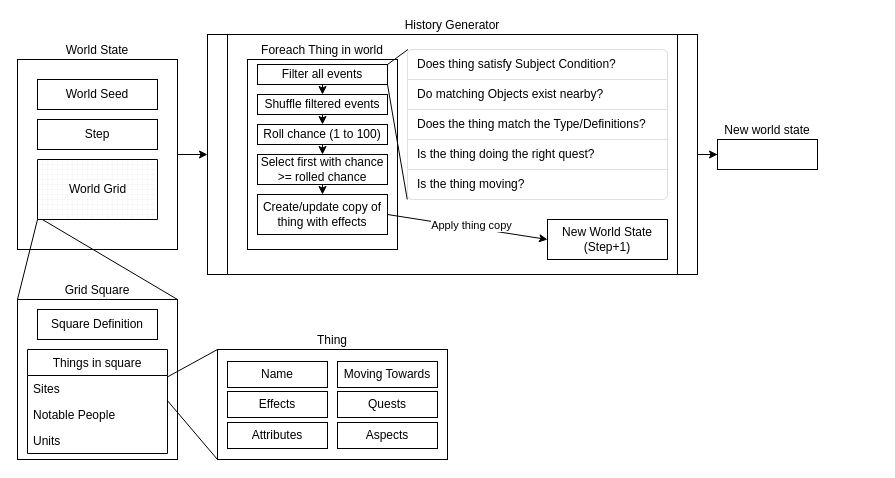
AditGame/LegendsGenerator keeps this draw.io diagram as Docs/Overview.drawio. Above is the earlier version. Source tidied: cells renumbered, new cells numbered last; positions are measured from the earlier drawing's top-left corner, leaving out a move shared by most shapes. Both pictures are drawn from the tidied source at 100%, with x=0, y=0 at pixel (17, 34).
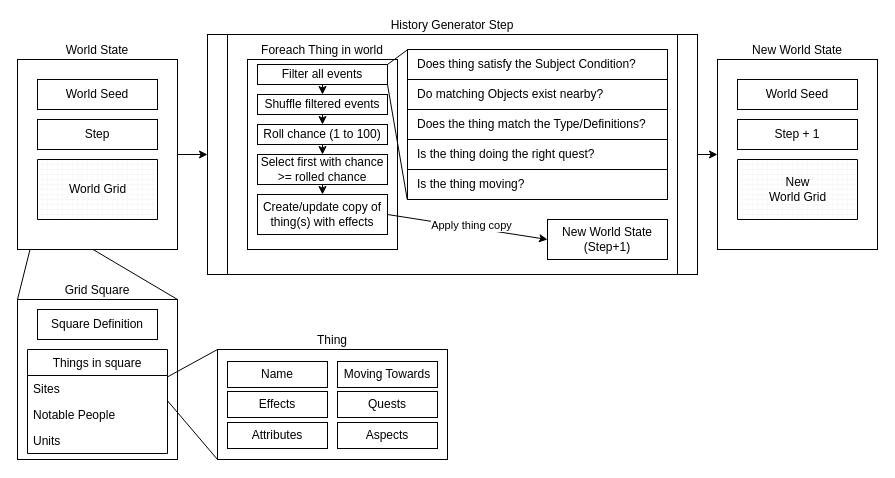
The same diagram, later.

Unchanged cells that the change refers to:
```xml
<mxCell id="24" style="group;labelPosition=center;verticalLabelPosition=top;align=center;verticalAlign=bottom;" parent="1" vertex="1">
  <mxGeometry x="230" y="25" width="150" height="190" as="geometry" />
</mxCell>
```

The edit, as a diff of the source:
```diff
@@
-    <mxCell id="2" style="edgeStyle=orthogonalEdgeStyle;rounded=0;jettySize=auto;html=1;" parent="1" edge="1" source="3" target="45">
-      <mxGeometry relative="1" as="geometry" />
+    <mxCell id="2" style="edgeStyle=orthogonalEdgeStyle;rounded=0;jettySize=auto;html=1;" parent="1" edge="1" source="3">
+      <mxGeometry relative="1" as="geometry">
+        <mxPoint x="700" y="120" as="targetPoint" />
+      </mxGeometry>
     </mxCell>
-    <mxCell id="3" value="History Generator" style="shape=process;whiteSpace=wrap;html=1;backgroundOutline=1;labelPosition=center;verticalLabelPosition=top;align=center;verticalAlign=bottom;size=0.041666666666666664;" parent="1" vertex="1">
+    <mxCell id="3" value="&lt;div&gt;History Generator Step&lt;/div&gt;" style="shape=process;whiteSpace=wrap;html=1;backgroundOutline=1;labelPosition=center;verticalLabelPosition=top;align=center;verticalAlign=bottom;size=0.041666666666666664;" parent="1" vertex="1">
       <mxGeometry x="190" width="490" height="240" as="geometry" />
     </mxCell>
-    <mxCell id="4" value="World State" style="rounded=0;whiteSpace=wrap;html=1;labelPosition=center;verticalLabelPosition=top;align=center;verticalAlign=bottom;" parent="1" vertex="1">
-      <mxGeometry y="25" width="160" height="190" as="geometry" />
-    </mxCell>
-    <mxCell id="5" value="&lt;div&gt;&lt;span style=&quot;background-color: rgb(255 , 255 , 255)&quot;&gt;World Grid&lt;/span&gt;&lt;/div&gt;" style="verticalLabelPosition=middle;verticalAlign=middle;html=1;shape=mxgraph.basic.patternFillRect;fillStyle=grid;step=5;fillStrokeWidth=0.2;fillStrokeColor=#dddddd;labelPosition=center;align=center;" parent="1" vertex="1">
-      <mxGeometry x="20" y="125" width="120" height="60" as="geometry" />
-    </mxCell>
-    <mxCell id="6" value="World Seed" style="rounded=0;whiteSpace=wrap;html=1;" parent="1" vertex="1">
-      <mxGeometry x="20" y="45" width="120" height="30" as="geometry" />
-    </mxCell>
-    <mxCell id="7" value="Step" style="rounded=0;whiteSpace=wrap;html=1;" parent="1" vertex="1">
-      <mxGeometry x="20" y="85" width="120" height="30" as="geometry" />
-    </mxCell>
@@
-    <mxCell id="30" value="Create/update copy of thing with effects" style="rounded=0;whiteSpace=wrap;html=1;" parent="24" vertex="1">
+    <mxCell id="30" value="Create/update copy of thing(s) with effects" style="rounded=0;whiteSpace=wrap;html=1;" parent="24" vertex="1">
       <mxGeometry x="10" y="135" width="130" height="40" as="geometry" />
     </mxCell>
@@
-    <mxCell id="35" style="html=1;shadow=0;dashed=0;shape=mxgraph.bootstrap.rrect;rSize=5;strokeColor=#DFDFDF;html=1;whiteSpace=wrap;fillColor=#FFFFFF;fontColor=#000000;" parent="1" vertex="1">
+    <mxCell id="35" style="html=1;shadow=0;dashed=0;shape=mxgraph.bootstrap.rrect;rSize=0;html=1;whiteSpace=wrap;fillColor=#FFFFFF;fontColor=#000000;strokeWidth=1;perimeterSpacing=1;fillOpacity=100;" parent="1" vertex="1">
       <mxGeometry x="390" y="15" width="260" height="150" as="geometry" />
     </mxCell>
-    <mxCell id="36" value="Does thing satisfy Subject Condition?" style="strokeColor=inherit;fillColor=inherit;gradientColor=inherit;fontColor=inherit;html=1;shadow=0;dashed=0;shape=mxgraph.bootstrap.topButton;rSize=5;perimeter=none;whiteSpace=wrap;align=left;spacing=10;" parent="35" vertex="1">
+    <mxCell id="36" value="Does thing satisfy the Subject Condition?" style="strokeColor=inherit;fillColor=inherit;gradientColor=inherit;fontColor=inherit;html=1;shadow=0;dashed=0;shape=mxgraph.bootstrap.topButton;rSize=0;perimeter=none;whiteSpace=wrap;align=left;spacing=10;" parent="35" vertex="1">
       <mxGeometry width="260" height="30" relative="1" as="geometry" />
     </mxCell>
@@
-    <mxCell id="40" value="Is the thing moving?" style="strokeColor=inherit;fillColor=inherit;gradientColor=inherit;fontColor=inherit;html=1;shadow=0;dashed=0;shape=mxgraph.bootstrap.bottomButton;rSize=5;perimeter=none;whiteSpace=wrap;align=left;spacing=10;" parent="35" vertex="1">
+    <mxCell id="40" value="Is the thing moving?" style="strokeColor=inherit;fillColor=inherit;gradientColor=inherit;fontColor=inherit;html=1;shadow=0;dashed=0;shape=mxgraph.bootstrap.bottomButton;rSize=0;perimeter=none;whiteSpace=wrap;align=left;spacing=10;" parent="35" vertex="1">
       <mxGeometry y="1" width="260" height="30" relative="1" as="geometry">
         <mxPoint y="-30" as="offset" />
       </mxGeometry>
     </mxCell>
@@
-    <mxCell id="45" value="New world state" style="rounded=0;whiteSpace=wrap;html=1;labelPosition=center;verticalLabelPosition=top;align=center;verticalAlign=bottom;" parent="1" vertex="1">
-      <mxGeometry x="700" y="105" width="100" height="30" as="geometry" />
-    </mxCell>
@@
+    <mxCell id="49" style="group;" parent="1" vertex="1">
+      <mxGeometry y="25" width="160" height="190" as="geometry" />
+    </mxCell>
+    <mxCell id="4" value="World State" style="rounded=0;whiteSpace=wrap;html=1;labelPosition=center;verticalLabelPosition=top;align=center;verticalAlign=bottom;" parent="49" vertex="1">
+      <mxGeometry width="160" height="190" as="geometry" />
+    </mxCell>
+    <mxCell id="5" value="&lt;div&gt;&lt;span style=&quot;background-color: rgb(255 , 255 , 255)&quot;&gt;World Grid&lt;/span&gt;&lt;/div&gt;" style="verticalLabelPosition=middle;verticalAlign=middle;html=1;shape=mxgraph.basic.patternFillRect;fillStyle=grid;step=5;fillStrokeWidth=0.2;fillStrokeColor=#dddddd;labelPosition=center;align=center;" parent="49" vertex="1">
+      <mxGeometry x="20" y="100" width="120" height="60" as="geometry" />
+    </mxCell>
+    <mxCell id="6" value="World Seed" style="rounded=0;whiteSpace=wrap;html=1;" parent="49" vertex="1">
+      <mxGeometry x="20" y="20" width="120" height="30" as="geometry" />
+    </mxCell>
+    <mxCell id="7" value="Step" style="rounded=0;whiteSpace=wrap;html=1;" parent="49" vertex="1">
+      <mxGeometry x="20" y="60" width="120" height="30" as="geometry" />
+    </mxCell>
+    <mxCell id="50" style="group;" parent="1" vertex="1">
+      <mxGeometry x="700" y="25" width="160" height="190" as="geometry" />
+    </mxCell>
+    <mxCell id="51" value="&lt;div&gt;New World State&lt;/div&gt;" style="rounded=0;whiteSpace=wrap;html=1;labelPosition=center;verticalLabelPosition=top;align=center;verticalAlign=bottom;" parent="50" vertex="1">
+      <mxGeometry width="160" height="190" as="geometry" />
+    </mxCell>
+    <mxCell id="52" value="New&lt;br&gt;&lt;div&gt;&lt;span style=&quot;background-color: rgb(255 , 255 , 255)&quot;&gt;World Grid&lt;/span&gt;&lt;/div&gt;" style="verticalLabelPosition=middle;verticalAlign=middle;html=1;shape=mxgraph.basic.patternFillRect;fillStyle=grid;step=5;fillStrokeWidth=0.2;fillStrokeColor=#dddddd;labelPosition=center;align=center;" parent="50" vertex="1">
+      <mxGeometry x="20" y="100" width="120" height="60" as="geometry" />
+    </mxCell>
+    <mxCell id="53" value="World Seed" style="rounded=0;whiteSpace=wrap;html=1;" parent="50" vertex="1">
+      <mxGeometry x="20" y="20" width="120" height="30" as="geometry" />
+    </mxCell>
+    <mxCell id="54" value="&lt;div&gt;Step + 1&lt;/div&gt;" style="rounded=0;whiteSpace=wrap;html=1;" parent="50" vertex="1">
+      <mxGeometry x="20" y="60" width="120" height="30" as="geometry" />
+    </mxCell>
```
